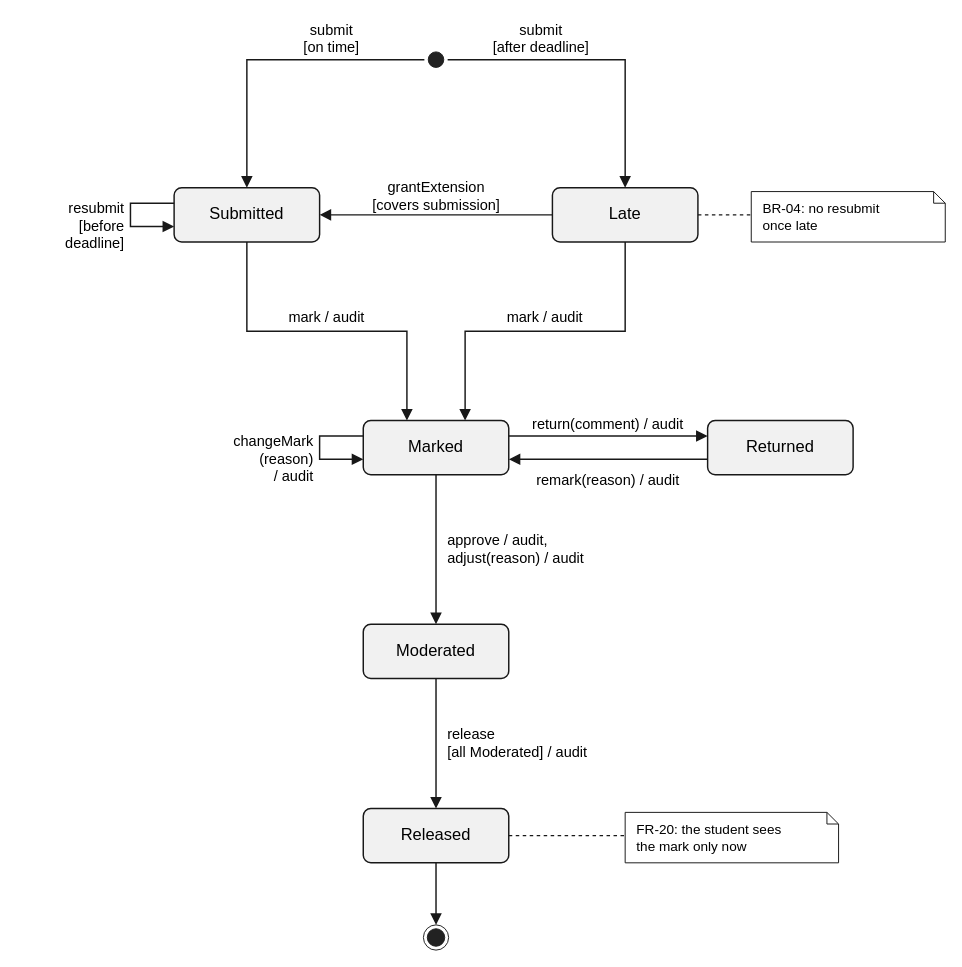
boitumelorakoloi-lab/moderated-lms-202321274 keeps this draw.io diagram as docs/uml/3-state_machine.drawio. Above is the earlier version. Source tidied: cells renumbered, new cells numbered last; positions are measured from the earlier drawing's top-left corner, leaving out a move shared by most shapes. Both pictures are drawn from the tidied source at 97%, with x=0, y=0 at pixel (16, 16).
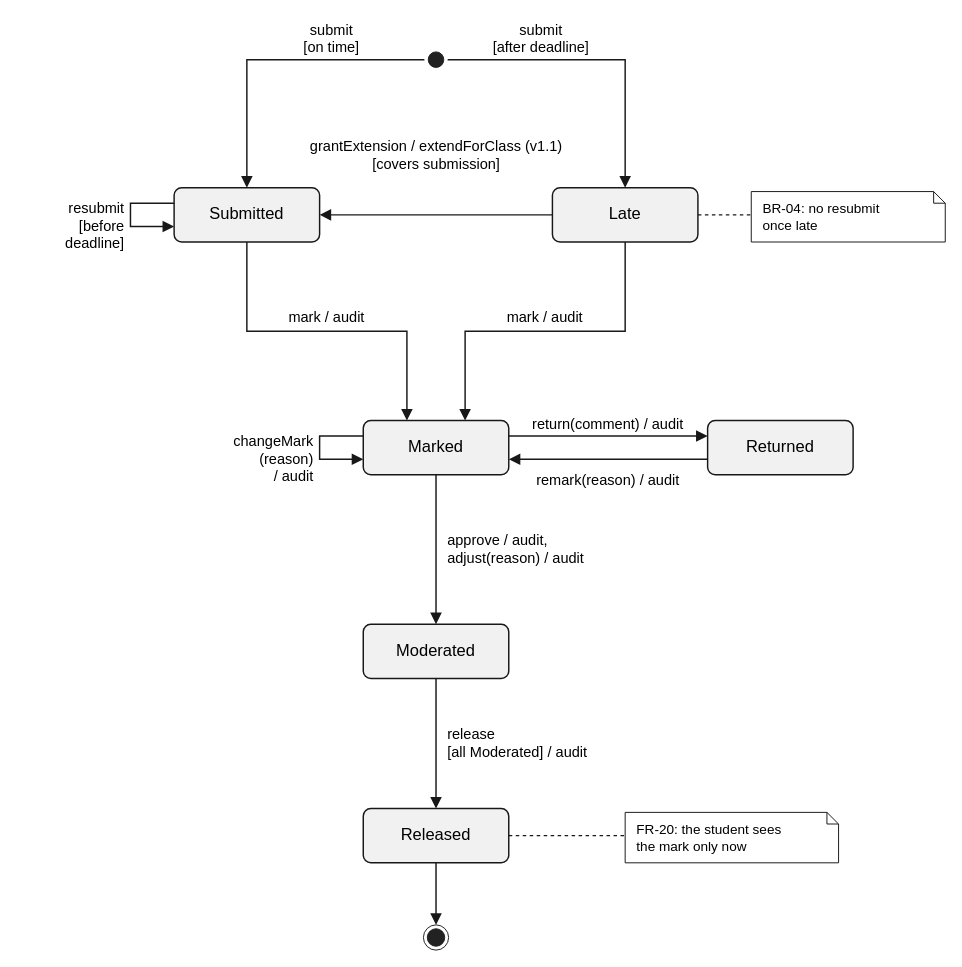
The same page after the edit.

What changed in the source:
```diff
@@
-    <mxCell id="15" value="grantExtension&lt;br&gt;[covers submission]" style="text;html=1;align=center;verticalAlign=top;whiteSpace=nowrap;fontFamily=Helvetica;fontSize=15;fontColor=#000000;spacing=0;" parent="1" vertex="1">
-      <mxGeometry x="322" y="162" width="220" height="42" as="geometry" />
+    <mxCell id="15" value="grantExtension / extendForClass (v1.1)&lt;br&gt;[covers submission]" style="text;html=1;align=center;verticalAlign=top;whiteSpace=nowrap;fontFamily=Helvetica;fontSize=15;fontColor=#000000;spacing=0;" parent="1" vertex="1">
+      <mxGeometry x="262" y="120" width="340" height="42" as="geometry" />
     </mxCell>
```
